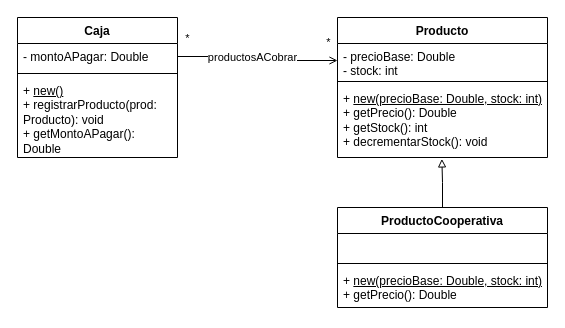
This is src/ar/edu/unq/po2/tp5/ej2/UML.drawio from leandro-laiso/unqui-po2-laiso, a draw.io file, before an edit. Source tidied: cells renumbered, new cells numbered last; positions are measured from the earlier drawing's top-left corner, leaving out a move shared by most shapes. Both pictures are drawn from the tidied source at 100%, with x=0, y=0 at pixel (17, 17).
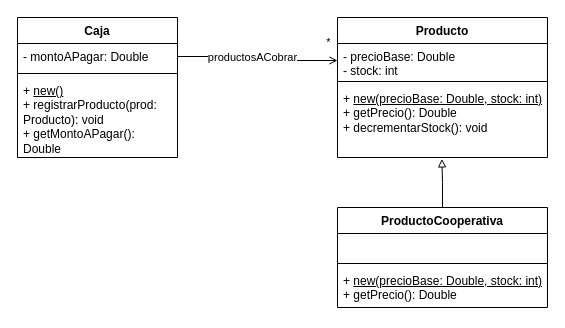
The same diagram, later.

Commit message (it also covers changes not shown here):
TP5 Ejercicio 2 - Corrección

Unchanged cells that the change refers to:
```xml
<mxCell id="6" value="Producto" style="swimlane;fontStyle=1;align=center;verticalAlign=top;horizontal=1;startSize=26;whiteSpace=wrap;html=1;" parent="1" vertex="1">
  <mxGeometry x="320" width="210" height="140" as="geometry" />
</mxCell>
<mxCell id="15" style="edgeStyle=orthogonalEdgeStyle;rounded=0;jettySize=auto;html=1;entryX=0;entryY=0.5;entryDx=0;entryDy=0;endArrow=open;endFill=0;" parent="1" edge="1" source="3" target="7">
  <mxGeometry relative="1" as="geometry" />
</mxCell>
```

What changed in the source:
```diff
@@
-    <mxCell id="9" value="&lt;div&gt;+ &lt;u&gt;new(precioBase: Double, stock: int)&lt;/u&gt;&lt;/div&gt;+ getPrecio(): Double&lt;div&gt;+ getStock(): int&lt;/div&gt;&lt;div&gt;+ decrementarStock(): void&lt;/div&gt;" style="text;strokeColor=none;fillColor=none;align=left;verticalAlign=top;spacingLeft=4;spacingRight=4;overflow=hidden;points=[[0,0.5],[1,0.5]];portConstraint=eastwest;whiteSpace=wrap;html=1;" parent="6" vertex="1">
+    <mxCell id="9" value="&lt;div&gt;+ &lt;u&gt;new(precioBase: Double, stock: int)&lt;/u&gt;&lt;/div&gt;+ getPrecio(): Double&lt;div&gt;+ decrementarStock(): void&lt;/div&gt;" style="text;strokeColor=none;fillColor=none;align=left;verticalAlign=top;spacingLeft=4;spacingRight=4;overflow=hidden;points=[[0,0.5],[1,0.5]];portConstraint=eastwest;whiteSpace=wrap;html=1;" parent="6" vertex="1">
       <mxGeometry y="68" width="210" height="72" as="geometry" />
     </mxCell>
@@
-    <mxCell id="18" value="*" style="edgeLabel;html=1;align=center;verticalAlign=middle;" parent="15" vertex="1">
-      <mxGeometry x="-0.89" y="-1" relative="1" as="geometry">
-        <mxPoint y="-20" as="offset" />
-      </mxGeometry>
-    </mxCell>
```
